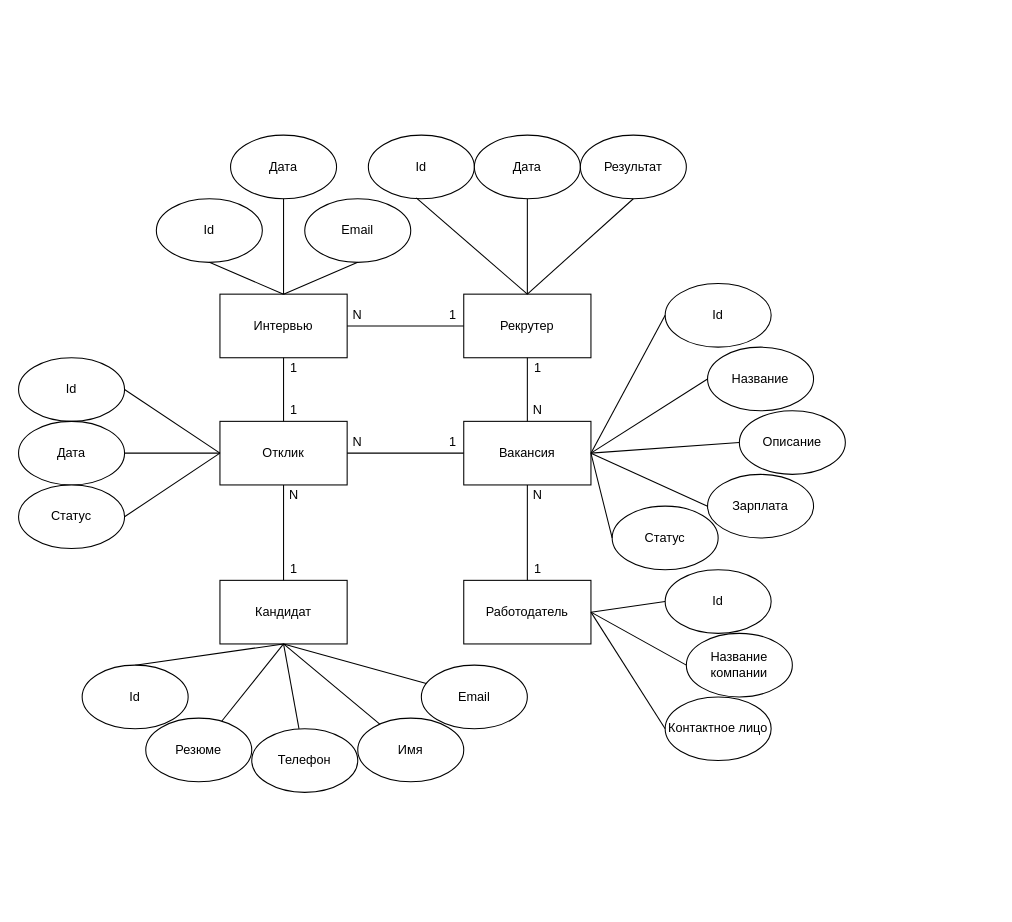
Regdal-cyber/Coursework keeps this draw.io diagram as ER.drawio. Above is the earlier version. Source tidied: cells renumbered, new cells numbered last; positions are measured from the earlier drawing's top-left corner, leaving out a move shared by most shapes. Both pictures are drawn from the tidied source at 106%, with x=0, y=0 at pixel (18, 135).
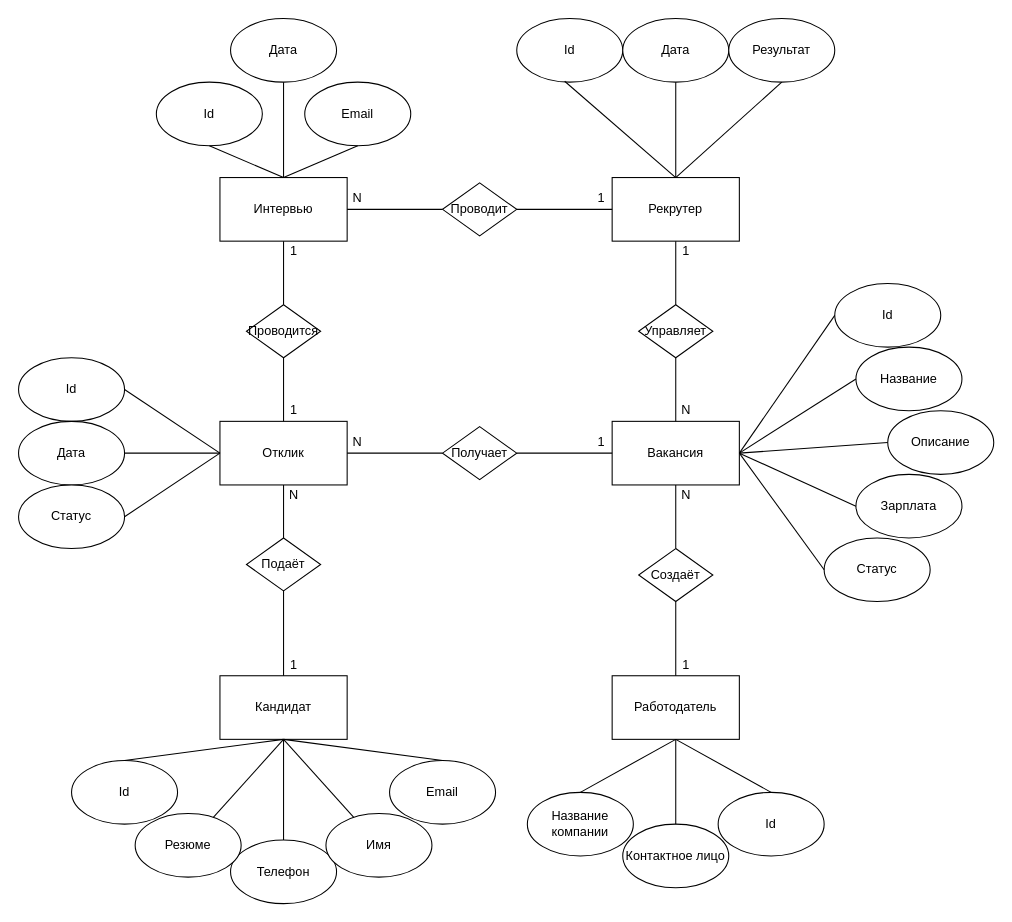
The same page after the edit.

The change refers to these unchanged cells:
```xml
<mxCell id="5" value="Отклик" style="rounded=0;whiteSpace=wrap;html=1;" parent="1" vertex="1">
  <mxGeometry x="190" y="270" width="120" height="60" as="geometry" />
</mxCell>
```

Diff of the diagram source:
```diff
@@
     <mxCell id="2" value="Рекрутер" style="rounded=0;whiteSpace=wrap;html=1;" parent="1" vertex="1">
-      <mxGeometry x="420" y="150" width="120" height="60" as="geometry" />
+      <mxGeometry x="560" y="40" width="120" height="60" as="geometry" />
     </mxCell>
     <mxCell id="3" value="Кандидат" style="rounded=0;whiteSpace=wrap;html=1;" parent="1" vertex="1">
-      <mxGeometry x="190" y="420" width="120" height="60" as="geometry" />
+      <mxGeometry x="190" y="510" width="120" height="60" as="geometry" />
     </mxCell>
     <mxCell id="4" value="Интервью" style="rounded=0;whiteSpace=wrap;html=1;" parent="1" vertex="1">
-      <mxGeometry x="190" y="150" width="120" height="60" as="geometry" />
+      <mxGeometry x="190" y="40" width="120" height="60" as="geometry" />
     </mxCell>
@@
     <mxCell id="6" value="Вакансия" style="rounded=0;whiteSpace=wrap;html=1;" parent="1" vertex="1">
-      <mxGeometry x="420" y="270" width="120" height="60" as="geometry" />
+      <mxGeometry x="560" y="270" width="120" height="60" as="geometry" />
     </mxCell>
     <mxCell id="7" value="Работодатель" style="rounded=0;whiteSpace=wrap;html=1;" parent="1" vertex="1">
-      <mxGeometry x="420" y="420" width="120" height="60" as="geometry" />
+      <mxGeometry x="560" y="510" width="120" height="60" as="geometry" />
     </mxCell>
@@
     <mxCell id="9" value="Id" style="ellipse;whiteSpace=wrap;html=1;" parent="1" vertex="1">
-      <mxGeometry x="60" y="500" width="100" height="60" as="geometry" />
+      <mxGeometry x="50" y="590" width="100" height="60" as="geometry" />
     </mxCell>
-    <mxCell id="10" style="edgeStyle=none;rounded=0;jettySize=auto;html=1;entryX=0.5;entryY=1;entryDx=0;entryDy=0;endArrow=none;endFill=0;" parent="1" edge="1" source="11" target="3">
+    <mxCell id="10" style="edgeStyle=none;rounded=0;jettySize=auto;html=1;entryX=0.5;entryY=1;entryDx=0;entryDy=0;endArrow=none;endFill=0;exitX=0.5;exitY=0;exitDx=0;exitDy=0;" parent="1" edge="1" source="11" target="3">
       <mxGeometry relative="1" as="geometry" />
     </mxCell>
     <mxCell id="11" value="Email" style="ellipse;whiteSpace=wrap;html=1;" parent="1" vertex="1">
-      <mxGeometry x="380" y="500" width="100" height="60" as="geometry" />
+      <mxGeometry x="350" y="590" width="100" height="60" as="geometry" />
     </mxCell>
@@
     <mxCell id="13" value="Телефон" style="ellipse;whiteSpace=wrap;html=1;" parent="1" vertex="1">
-      <mxGeometry x="220" y="560" width="100" height="60" as="geometry" />
+      <mxGeometry x="200" y="665" width="100" height="60" as="geometry" />
     </mxCell>
@@
     <mxCell id="15" value="Резюме" style="ellipse;whiteSpace=wrap;html=1;" parent="1" vertex="1">
-      <mxGeometry x="120" y="550" width="100" height="60" as="geometry" />
+      <mxGeometry x="110" y="640" width="100" height="60" as="geometry" />
     </mxCell>
@@
     <mxCell id="17" value="Имя" style="ellipse;whiteSpace=wrap;html=1;" parent="1" vertex="1">
-      <mxGeometry x="320" y="550" width="100" height="60" as="geometry" />
+      <mxGeometry x="290" y="640" width="100" height="60" as="geometry" />
     </mxCell>
-    <mxCell id="18" style="endArrow=none;html=1;rounded=0;entryX=0.5;entryY=1;entryDx=0;entryDy=0;exitX=0.5;exitY=0;exitDx=0;exitDy=0;" parent="1" edge="1" source="3" target="5">
+    <mxCell id="18" style="endArrow=none;html=1;rounded=0;entryX=0.5;entryY=1;entryDx=0;entryDy=0;exitX=0.5;exitY=0;exitDx=0;exitDy=0;" parent="1" edge="1" source="80" target="5">
       <mxGeometry relative="1" as="geometry" />
     </mxCell>
@@
-    <mxCell id="26" style="edgeStyle=none;rounded=0;jettySize=auto;html=1;exitX=1;exitY=0.5;exitDx=0;exitDy=0;entryX=0;entryY=0.5;entryDx=0;entryDy=0;endArrow=none;endFill=0;" parent="1" edge="1" source="5" target="6">
+    <mxCell id="26" style="edgeStyle=none;rounded=0;jettySize=auto;html=1;exitX=1;exitY=0.5;exitDx=0;exitDy=0;endArrow=none;endFill=0;entryX=0;entryY=0.5;entryDx=0;entryDy=0;" parent="1" edge="1" source="5" target="75">
       <mxGeometry relative="1" as="geometry" />
     </mxCell>
-    <mxCell id="27" style="edgeStyle=none;rounded=0;jettySize=auto;html=1;exitX=0.5;exitY=0;exitDx=0;exitDy=0;entryX=0.5;entryY=1;entryDx=0;entryDy=0;endArrow=none;endFill=0;" parent="1" edge="1" source="5" target="4">
+    <mxCell id="27" style="edgeStyle=none;rounded=0;jettySize=auto;html=1;exitX=0.5;exitY=0;exitDx=0;exitDy=0;endArrow=none;endFill=0;entryX=0.5;entryY=1;entryDx=0;entryDy=0;" parent="1" edge="1" source="5" target="77">
       <mxGeometry relative="1" as="geometry" />
     </mxCell>
-    <mxCell id="28" style="edgeStyle=none;rounded=0;jettySize=auto;html=1;exitX=0.5;exitY=0;exitDx=0;exitDy=0;entryX=0.5;entryY=1;entryDx=0;entryDy=0;endArrow=none;endFill=0;" parent="1" edge="1" source="6" target="2">
+    <mxCell id="28" style="edgeStyle=none;rounded=0;jettySize=auto;html=1;entryX=0.5;entryY=1;entryDx=0;entryDy=0;endArrow=none;endFill=0;exitX=0.5;exitY=0;exitDx=0;exitDy=0;" parent="1" edge="1" source="73" target="2">
       <mxGeometry relative="1" as="geometry" />
     </mxCell>
-    <mxCell id="29" style="edgeStyle=none;rounded=0;jettySize=auto;html=1;exitX=1;exitY=0.5;exitDx=0;exitDy=0;entryX=0;entryY=0.5;entryDx=0;entryDy=0;endArrow=none;endFill=0;" parent="1" edge="1" source="4" target="2">
+    <mxCell id="29" style="edgeStyle=none;rounded=0;jettySize=auto;html=1;exitX=1;exitY=0.5;exitDx=0;exitDy=0;endArrow=none;endFill=0;entryX=0;entryY=0.5;entryDx=0;entryDy=0;" parent="1" edge="1" source="4" target="71">
       <mxGeometry relative="1" as="geometry" />
     </mxCell>
-    <mxCell id="30" style="edgeStyle=none;rounded=0;jettySize=auto;html=1;exitX=0.5;exitY=0;exitDx=0;exitDy=0;entryX=0.5;entryY=1;entryDx=0;entryDy=0;endArrow=none;endFill=0;" parent="1" edge="1" source="7" target="6">
+    <mxCell id="30" style="edgeStyle=none;rounded=0;jettySize=auto;html=1;entryX=0.5;entryY=1;entryDx=0;entryDy=0;endArrow=none;endFill=0;exitX=0.5;exitY=0;exitDx=0;exitDy=0;" parent="1" edge="1" source="79" target="6">
       <mxGeometry relative="1" as="geometry" />
     </mxCell>
     <mxCell id="31" value="Id" style="ellipse;whiteSpace=wrap;html=1;" parent="1" vertex="1">
-      <mxGeometry x="610" y="410" width="100" height="60" as="geometry" />
+      <mxGeometry x="660" y="620" width="100" height="60" as="geometry" />
     </mxCell>
     <mxCell id="32" value="Название компании" style="ellipse;whiteSpace=wrap;html=1;" parent="1" vertex="1">
-      <mxGeometry x="630" y="470" width="100" height="60" as="geometry" />
+      <mxGeometry x="480" y="620" width="100" height="60" as="geometry" />
     </mxCell>
     <mxCell id="33" value="Контактное лицо" style="ellipse;whiteSpace=wrap;html=1;" parent="1" vertex="1">
-      <mxGeometry x="610" y="530" width="100" height="60" as="geometry" />
+      <mxGeometry x="570" y="650" width="100" height="60" as="geometry" />
     </mxCell>
     <mxCell id="34" value="Id" style="ellipse;whiteSpace=wrap;html=1;" parent="1" vertex="1">
-      <mxGeometry x="610" y="140" width="100" height="60" as="geometry" />
+      <mxGeometry x="770" y="140" width="100" height="60" as="geometry" />
     </mxCell>
     <mxCell id="35" value="Название" style="ellipse;whiteSpace=wrap;html=1;" parent="1" vertex="1">
-      <mxGeometry x="650" y="200" width="100" height="60" as="geometry" />
+      <mxGeometry x="790" y="200" width="100" height="60" as="geometry" />
     </mxCell>
     <mxCell id="36" value="Описание" style="ellipse;whiteSpace=wrap;html=1;" parent="1" vertex="1">
-      <mxGeometry x="680" y="260" width="100" height="60" as="geometry" />
+      <mxGeometry x="820" y="260" width="100" height="60" as="geometry" />
     </mxCell>
     <mxCell id="37" value="Зарплата" style="ellipse;whiteSpace=wrap;html=1;" parent="1" vertex="1">
-      <mxGeometry x="650" y="320" width="100" height="60" as="geometry" />
+      <mxGeometry x="790" y="320" width="100" height="60" as="geometry" />
     </mxCell>
     <mxCell id="38" value="Статус" style="ellipse;whiteSpace=wrap;html=1;" parent="1" vertex="1">
-      <mxGeometry x="560" y="350" width="100" height="60" as="geometry" />
+      <mxGeometry x="760" y="380" width="100" height="60" as="geometry" />
     </mxCell>
-    <mxCell id="39" style="edgeStyle=none;rounded=0;jettySize=auto;html=1;entryX=1;entryY=0.5;entryDx=0;entryDy=0;endArrow=none;endFill=0;exitX=0;exitY=0.5;exitDx=0;exitDy=0;" parent="1" edge="1" source="31" target="7">
+    <mxCell id="39" style="edgeStyle=none;rounded=0;jettySize=auto;html=1;entryX=0.5;entryY=1;entryDx=0;entryDy=0;endArrow=none;endFill=0;exitX=0.5;exitY=0;exitDx=0;exitDy=0;" parent="1" edge="1" source="31" target="7">
       <mxGeometry relative="1" as="geometry" />
     </mxCell>
-    <mxCell id="40" style="edgeStyle=none;rounded=0;jettySize=auto;html=1;entryX=1;entryY=0.5;entryDx=0;entryDy=0;endArrow=none;endFill=0;exitX=0;exitY=0.5;exitDx=0;exitDy=0;" parent="1" edge="1" source="32" target="7">
+    <mxCell id="40" style="edgeStyle=none;rounded=0;jettySize=auto;html=1;entryX=0.5;entryY=1;entryDx=0;entryDy=0;endArrow=none;endFill=0;exitX=0.5;exitY=0;exitDx=0;exitDy=0;" parent="1" edge="1" source="32" target="7">
       <mxGeometry relative="1" as="geometry" />
     </mxCell>
-    <mxCell id="41" style="edgeStyle=none;rounded=0;jettySize=auto;html=1;endArrow=none;endFill=0;entryX=1;entryY=0.5;entryDx=0;entryDy=0;exitX=0;exitY=0.5;exitDx=0;exitDy=0;" parent="1" edge="1" source="33" target="7">
+    <mxCell id="41" style="edgeStyle=none;rounded=0;jettySize=auto;html=1;endArrow=none;endFill=0;entryX=0.5;entryY=1;entryDx=0;entryDy=0;exitX=0.5;exitY=0;exitDx=0;exitDy=0;" parent="1" edge="1" source="33" target="7">
       <mxGeometry relative="1" as="geometry" />
     </mxCell>
@@
     <mxCell id="47" value="Id" style="ellipse;whiteSpace=wrap;html=1;" parent="1" vertex="1">
-      <mxGeometry x="330" width="100" height="60" as="geometry" />
+      <mxGeometry x="470" y="-110" width="100" height="60" as="geometry" />
     </mxCell>
     <mxCell id="48" value="Дата" style="ellipse;whiteSpace=wrap;html=1;" parent="1" vertex="1">
-      <mxGeometry x="430" width="100" height="60" as="geometry" />
+      <mxGeometry x="570" y="-110" width="100" height="60" as="geometry" />
     </mxCell>
     <mxCell id="49" value="Результат" style="ellipse;whiteSpace=wrap;html=1;" parent="1" vertex="1">
-      <mxGeometry x="530" width="100" height="60" as="geometry" />
+      <mxGeometry x="670" y="-110" width="100" height="60" as="geometry" />
     </mxCell>
     <mxCell id="50" value="Id" style="ellipse;whiteSpace=wrap;html=1;" parent="1" vertex="1">
-      <mxGeometry x="130" y="60" width="100" height="60" as="geometry" />
+      <mxGeometry x="130" y="-50" width="100" height="60" as="geometry" />
     </mxCell>
     <mxCell id="51" value="Дата" style="ellipse;whiteSpace=wrap;html=1;" parent="1" vertex="1">
-      <mxGeometry x="200" width="100" height="60" as="geometry" />
+      <mxGeometry x="200" y="-110" width="100" height="60" as="geometry" />
     </mxCell>
     <mxCell id="52" value="Email" style="ellipse;whiteSpace=wrap;html=1;" parent="1" vertex="1">
-      <mxGeometry x="270" y="60" width="100" height="60" as="geometry" />
+      <mxGeometry x="270" y="-50" width="100" height="60" as="geometry" />
     </mxCell>
@@
     <mxCell id="59" value="1" style="text;html=1;whiteSpace=wrap;strokeColor=none;fillColor=none;align=center;verticalAlign=middle;rounded=0;" parent="1" vertex="1">
-      <mxGeometry x="250" y="400" width="20" height="20" as="geometry" />
+      <mxGeometry x="250" y="490" width="20" height="20" as="geometry" />
     </mxCell>
@@
     <mxCell id="61" value="1" style="text;html=1;whiteSpace=wrap;strokeColor=none;fillColor=none;align=center;verticalAlign=middle;rounded=0;" parent="1" vertex="1">
-      <mxGeometry x="400" y="280" width="20" height="20" as="geometry" />
+      <mxGeometry x="540" y="280" width="20" height="20" as="geometry" />
     </mxCell>
@@
     <mxCell id="64" value="1" style="text;html=1;whiteSpace=wrap;strokeColor=none;fillColor=none;align=center;verticalAlign=middle;rounded=0;" parent="1" vertex="1">
-      <mxGeometry x="250" y="210" width="20" height="20" as="geometry" />
+      <mxGeometry x="250" y="100" width="20" height="20" as="geometry" />
     </mxCell>
     <mxCell id="65" value="1" style="text;html=1;whiteSpace=wrap;strokeColor=none;fillColor=none;align=center;verticalAlign=middle;rounded=0;" parent="1" vertex="1">
-      <mxGeometry x="400" y="160" width="20" height="20" as="geometry" />
+      <mxGeometry x="540" y="50" width="20" height="20" as="geometry" />
     </mxCell>
     <mxCell id="66" value="N" style="text;html=1;whiteSpace=wrap;strokeColor=none;fillColor=none;align=center;verticalAlign=middle;rounded=0;" parent="1" vertex="1">
-      <mxGeometry x="310" y="160" width="20" height="20" as="geometry" />
+      <mxGeometry x="310" y="50" width="20" height="20" as="geometry" />
     </mxCell>
     <mxCell id="67" value="N" style="text;html=1;whiteSpace=wrap;strokeColor=none;fillColor=none;align=center;verticalAlign=middle;rounded=0;" parent="1" vertex="1">
-      <mxGeometry x="480" y="250" width="20" height="20" as="geometry" />
+      <mxGeometry x="620" y="250" width="20" height="20" as="geometry" />
     </mxCell>
     <mxCell id="68" value="1" style="text;html=1;whiteSpace=wrap;strokeColor=none;fillColor=none;align=center;verticalAlign=middle;rounded=0;" parent="1" vertex="1">
-      <mxGeometry x="480" y="210" width="20" height="20" as="geometry" />
+      <mxGeometry x="620" y="100" width="20" height="20" as="geometry" />
     </mxCell>
     <mxCell id="69" value="1" style="text;html=1;whiteSpace=wrap;strokeColor=none;fillColor=none;align=center;verticalAlign=middle;rounded=0;" parent="1" vertex="1">
-      <mxGeometry x="480" y="400" width="20" height="20" as="geometry" />
+      <mxGeometry x="620" y="490" width="20" height="20" as="geometry" />
     </mxCell>
     <mxCell id="70" value="N" style="text;html=1;whiteSpace=wrap;strokeColor=none;fillColor=none;align=center;verticalAlign=middle;rounded=0;" parent="1" vertex="1">
-      <mxGeometry x="480" y="330" width="20" height="20" as="geometry" />
+      <mxGeometry x="620" y="330" width="20" height="20" as="geometry" />
     </mxCell>
+    <mxCell id="71" value="Проводит" style="rhombus;whiteSpace=wrap;html=1;" parent="1" vertex="1">
+      <mxGeometry x="400" y="45" width="70" height="50" as="geometry" />
+    </mxCell>
+    <mxCell id="72" style="edgeStyle=none;rounded=0;jettySize=auto;html=1;exitX=1;exitY=0.5;exitDx=0;exitDy=0;endArrow=none;endFill=0;entryX=0;entryY=0.5;entryDx=0;entryDy=0;" parent="1" edge="1" source="71" target="2">
+      <mxGeometry relative="1" as="geometry" />
+    </mxCell>
+    <mxCell id="73" value="Управляет" style="rhombus;whiteSpace=wrap;html=1;" parent="1" vertex="1">
+      <mxGeometry x="585" y="160" width="70" height="50" as="geometry" />
+    </mxCell>
+    <mxCell id="74" style="edgeStyle=none;rounded=0;jettySize=auto;html=1;entryX=0.5;entryY=1;entryDx=0;entryDy=0;endArrow=none;endFill=0;exitX=0.5;exitY=0;exitDx=0;exitDy=0;" parent="1" edge="1" source="6" target="73">
+      <mxGeometry relative="1" as="geometry" />
+    </mxCell>
+    <mxCell id="75" value="Получает" style="rhombus;whiteSpace=wrap;html=1;" parent="1" vertex="1">
+      <mxGeometry x="400" y="275" width="70" height="50" as="geometry" />
+    </mxCell>
+    <mxCell id="76" style="edgeStyle=none;rounded=0;jettySize=auto;html=1;exitX=1;exitY=0.5;exitDx=0;exitDy=0;endArrow=none;endFill=0;entryX=0;entryY=0.5;entryDx=0;entryDy=0;" parent="1" edge="1" source="75" target="6">
+      <mxGeometry relative="1" as="geometry" />
+    </mxCell>
+    <mxCell id="77" value="Проводится" style="rhombus;whiteSpace=wrap;html=1;" parent="1" vertex="1">
+      <mxGeometry x="215" y="160" width="70" height="50" as="geometry" />
+    </mxCell>
+    <mxCell id="78" style="edgeStyle=none;rounded=0;jettySize=auto;html=1;exitX=0.5;exitY=0;exitDx=0;exitDy=0;endArrow=none;endFill=0;entryX=0.5;entryY=1;entryDx=0;entryDy=0;" parent="1" edge="1" source="77" target="4">
+      <mxGeometry relative="1" as="geometry" />
+    </mxCell>
+    <mxCell id="79" value="Создаёт" style="rhombus;whiteSpace=wrap;html=1;" parent="1" vertex="1">
+      <mxGeometry x="585" y="390" width="70" height="50" as="geometry" />
+    </mxCell>
+    <mxCell id="80" value="Подаёт" style="rhombus;whiteSpace=wrap;html=1;" parent="1" vertex="1">
+      <mxGeometry x="215" y="380" width="70" height="50" as="geometry" />
+    </mxCell>
+    <mxCell id="81" style="endArrow=none;html=1;rounded=0;entryX=0.5;entryY=1;entryDx=0;entryDy=0;exitX=0.5;exitY=0;exitDx=0;exitDy=0;" parent="1" edge="1" source="3" target="80">
+      <mxGeometry relative="1" as="geometry" />
+    </mxCell>
+    <mxCell id="82" style="endArrow=none;html=1;rounded=0;entryX=0.5;entryY=1;entryDx=0;entryDy=0;exitX=0.5;exitY=0;exitDx=0;exitDy=0;" parent="1" edge="1" source="7" target="79">
+      <mxGeometry relative="1" as="geometry" />
+    </mxCell>
```
